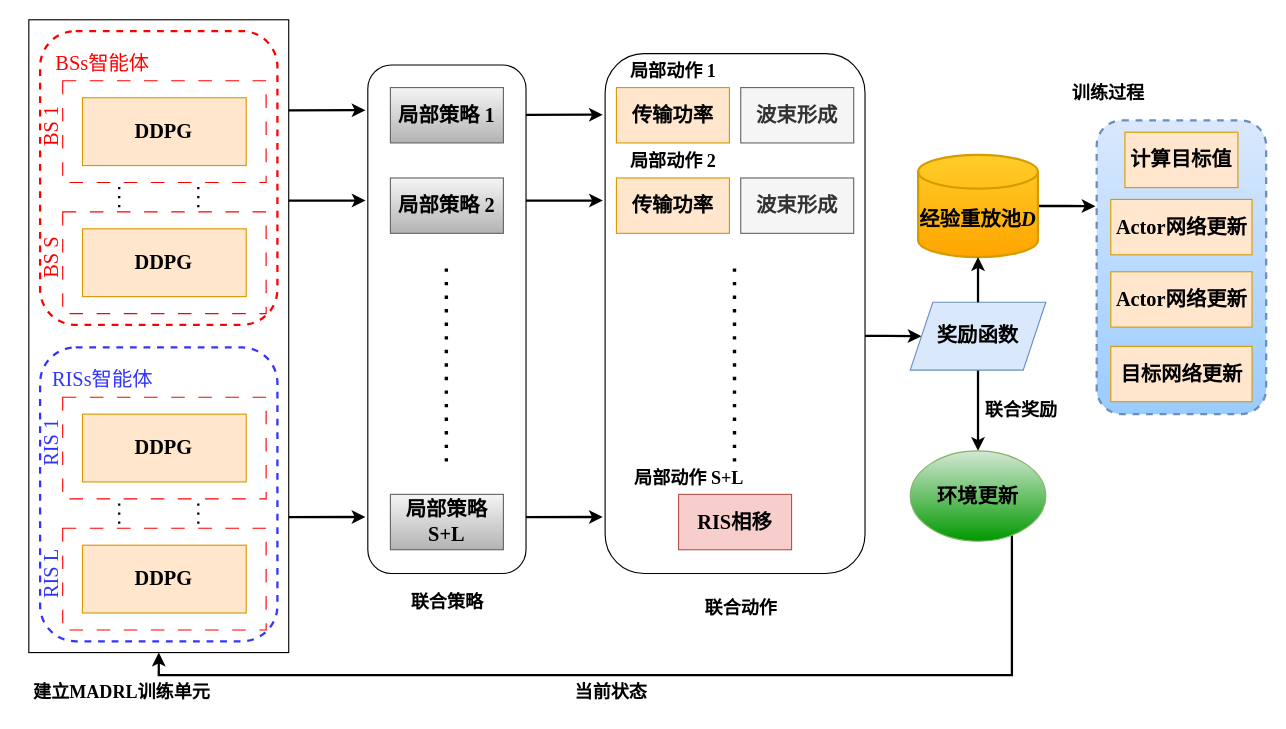
Earlier version of the draw.io diagram MADRL架构.drawio (gougemidi/xiao). Source tidied: cells renumbered, new cells numbered last; positions are measured from the earlier drawing's top-left corner, leaving out a move shared by most shapes. Both pictures are drawn from the tidied source at 113%, with x=0, y=0 at pixel (11, 19).
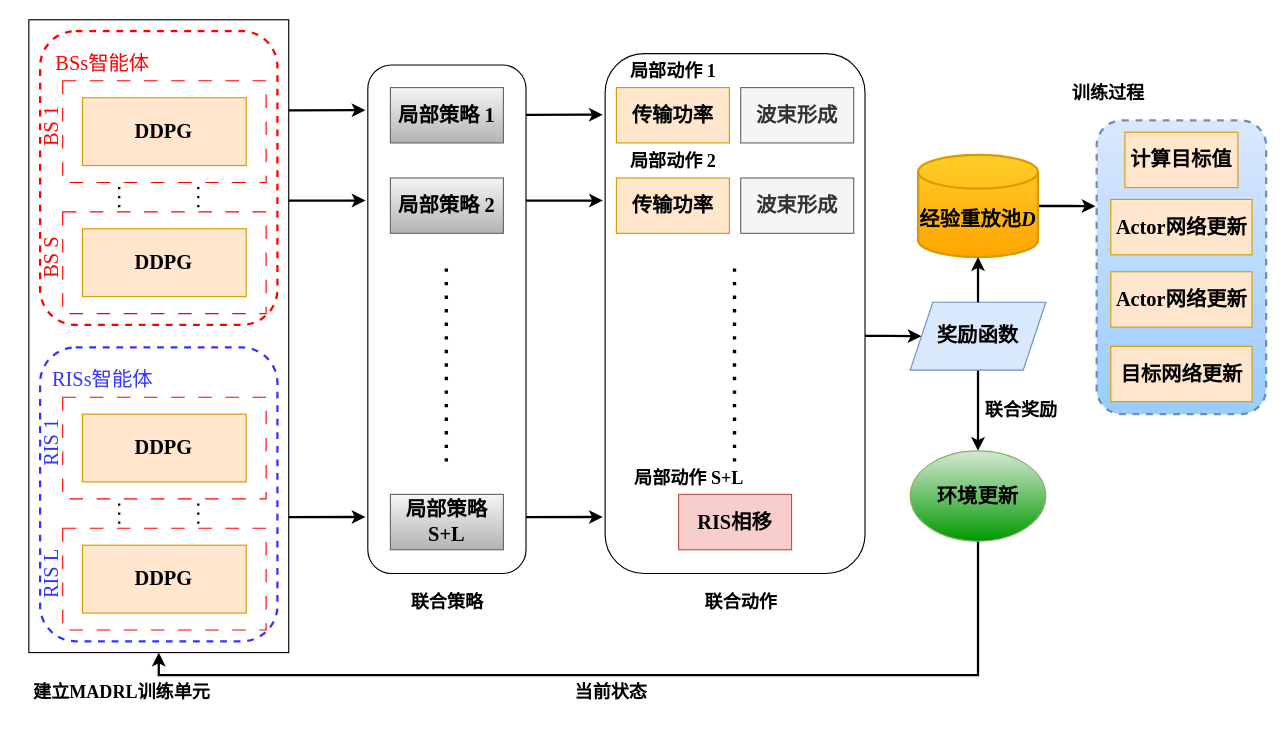
Above is the later version.

Unchanged cells that the change refers to:
```xml
<mxCell id="2" style="rounded=0;whiteSpace=wrap;html=1;" parent="1" vertex="1">
  <mxGeometry x="15" width="230" height="560" as="geometry" />
</mxCell>
<mxCell id="57" value="&lt;font face=&quot;Times New Roman&quot; style=&quot;font-size: 18px;&quot;&gt;&lt;b&gt;环境更新&lt;/b&gt;&lt;/font&gt;" style="ellipse;whiteSpace=wrap;html=1;fillColor=#d5e8d4;gradientColor=#009900;strokeColor=#82b366;" parent="1" vertex="1">
  <mxGeometry x="795" y="381.5" width="120" height="80" as="geometry" />
</mxCell>
```

What changed in the source:
```diff
@@
     <mxCell id="52" value="&lt;font size=&quot;1&quot; face=&quot;Times New Roman&quot;&gt;&lt;b style=&quot;font-size: 16px;&quot;&gt;联合动作&lt;/b&gt;&lt;/font&gt;" style="text;html=1;align=center;verticalAlign=middle;strokeColor=none;fillColor=none;" parent="1" vertex="1">
-      <mxGeometry x="600" y="505" width="90" height="30" as="geometry" />
+      <mxGeometry x="600" y="500" width="90" height="30" as="geometry" />
     </mxCell>
@@
-    <mxCell id="56" style="edgeStyle=orthogonalEdgeStyle;rounded=0;jettySize=auto;html=1;entryX=0.5;entryY=1;entryDx=0;entryDy=0;strokeWidth=2;" parent="1" edge="1" source="57" target="2">
+    <mxCell id="56" style="edgeStyle=orthogonalEdgeStyle;rounded=0;jettySize=auto;html=1;entryX=0.5;entryY=1;entryDx=0;entryDy=0;strokeWidth=2;exitX=0.5;exitY=1;exitDx=0;exitDy=0;" parent="1" edge="1" source="57" target="2">
       <mxGeometry relative="1" as="geometry">
         <Array as="points">
-          <mxPoint x="885" y="580" />
+          <mxPoint x="855" y="580" />
           <mxPoint x="130" y="580" />
         </Array>
       </mxGeometry>
     </mxCell>
```
